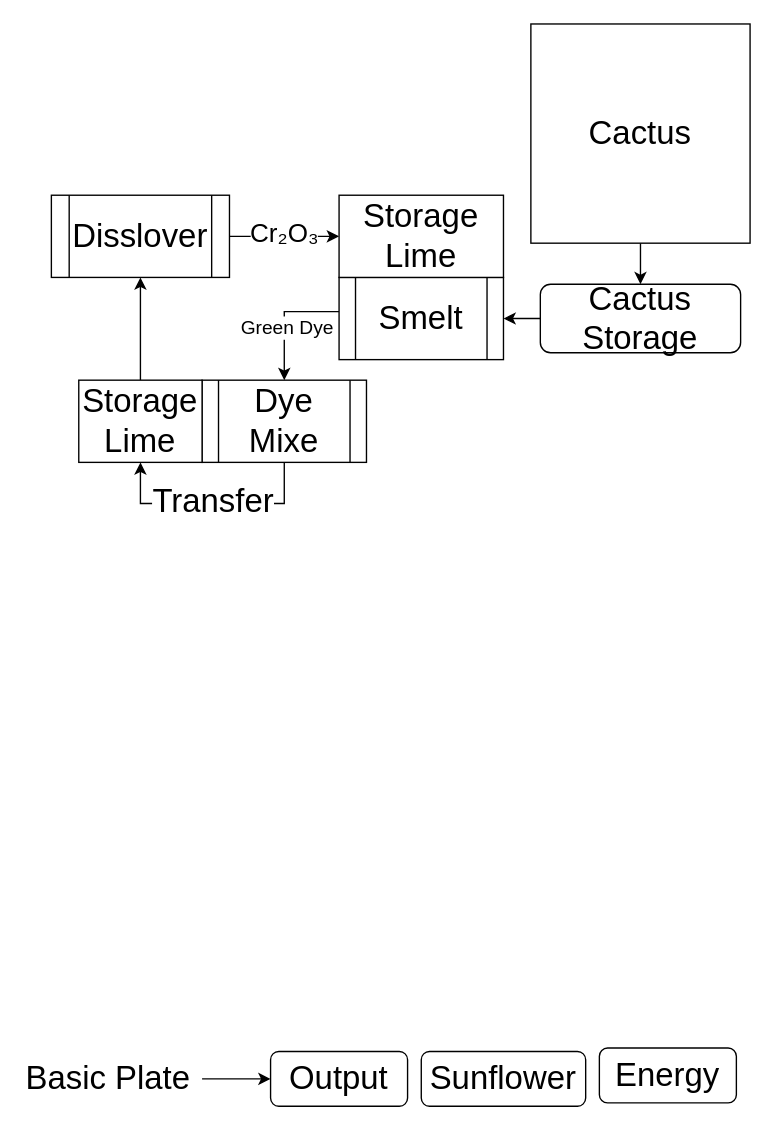
Earlier version of the draw.io diagram AutoBPlate.drawio (jak7b/modpackThings). Source tidied: cells renumbered, new cells numbered last; positions are measured from the earlier drawing's top-left corner, leaving out a move shared by most shapes. Both pictures are drawn from the tidied source at 137%, with x=0, y=0 at pixel (23, 23).
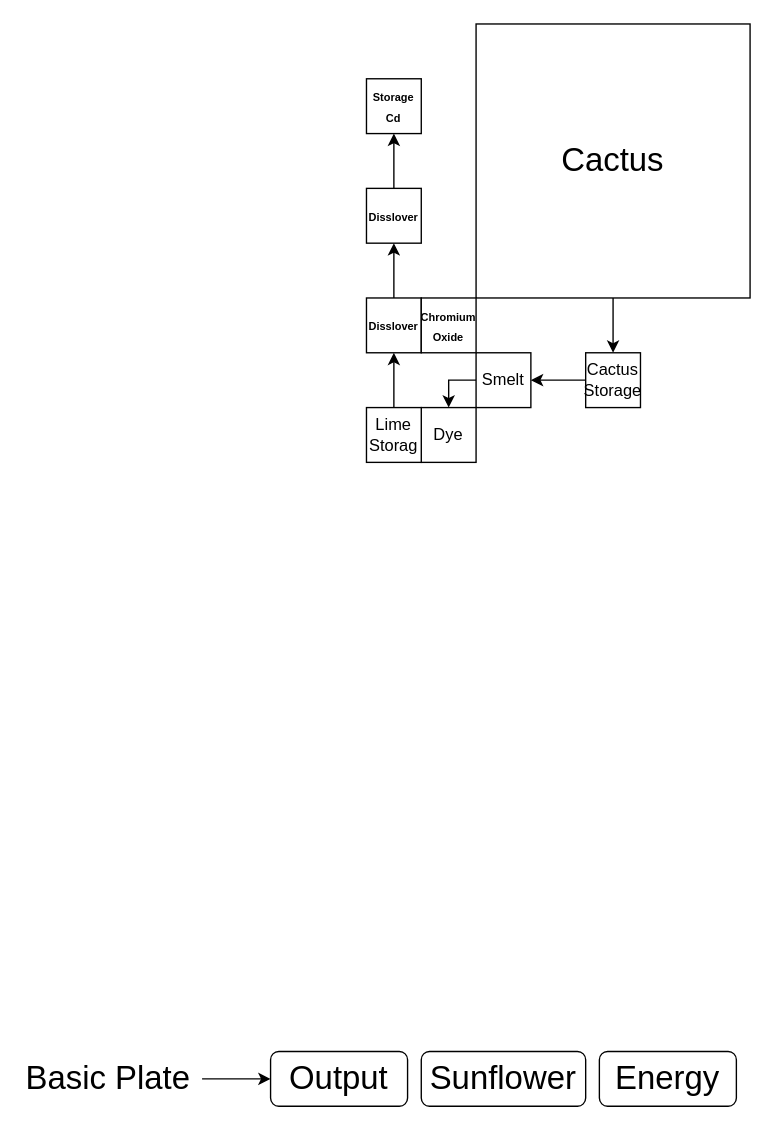
After the change.

The edit, as a diff of the source:
```diff
@@
     <mxCell id="2" value="&lt;font style=&quot;font-size: 24px;&quot;&gt;Energy&lt;/font&gt;" style="rounded=1;whiteSpace=wrap;html=1;strokeWidth=1;" parent="1" vertex="1">
-      <mxGeometry x="420" y="747.5" width="100" height="40" as="geometry" />
+      <mxGeometry x="420" y="750" width="100" height="40" as="geometry" />
     </mxCell>
@@
     <mxCell id="8" value="&lt;font style=&quot;font-size: 24px;&quot;&gt;Cactus&lt;/font&gt;" style="whiteSpace=wrap;html=1;" parent="1" vertex="1">
-      <mxGeometry x="370" width="160" height="160" as="geometry" />
+      <mxGeometry x="330" width="200" height="200" as="geometry" />
     </mxCell>
@@
-    <mxCell id="10" value="&lt;font style=&quot;font-size: 24px;&quot;&gt;Cactus Storage&lt;/font&gt;" style="rounded=1;whiteSpace=wrap;html=1;" parent="1" vertex="1">
-      <mxGeometry x="376.9" y="190" width="146.2" height="50" as="geometry" />
+    <mxCell id="10" value="Cactus Storage" style="whiteSpace=wrap;html=1;" parent="1" vertex="1">
+      <mxGeometry x="410" y="240" width="40" height="40" as="geometry" />
     </mxCell>
-    <mxCell id="11" style="edgeStyle=orthogonalEdgeStyle;rounded=0;jettySize=auto;html=1;entryX=0.5;entryY=0;entryDx=0;entryDy=0;" parent="1" edge="1" source="13" target="16">
-      <mxGeometry relative="1" as="geometry">
-        <Array as="points">
-          <mxPoint x="190" y="210" />
-        </Array>
-      </mxGeometry>
-    </mxCell>
-    <mxCell id="12" value="&lt;font style=&quot;font-size: 14px;&quot;&gt;Green Dye&lt;/font&gt;" style="edgeLabel;html=1;align=center;verticalAlign=middle;" parent="11" vertex="1">
-      <mxGeometry x="0.14" y="1" relative="1" as="geometry" />
-    </mxCell>
+    <mxCell id="23" style="edgeStyle=orthogonalEdgeStyle;rounded=0;jettySize=auto;html=1;entryX=0.5;entryY=0;entryDx=0;entryDy=0;" parent="1" edge="1" source="13" target="24">
+      <mxGeometry relative="1" as="geometry">
+        <Array as="points">
+          <mxPoint x="310" y="260" />
+        </Array>
+      </mxGeometry>
+    </mxCell>
-    <mxCell id="13" value="&lt;font style=&quot;font-size: 24px;&quot;&gt;Smelt&lt;/font&gt;" style="shape=process;whiteSpace=wrap;html=1;backgroundOutline=1;" parent="1" vertex="1">
-      <mxGeometry x="230" y="185" width="120" height="60" as="geometry" />
+    <mxCell id="13" value="Smelt" style="whiteSpace=wrap;html=1;" parent="1" vertex="1">
+      <mxGeometry x="330" y="240" width="40" height="40" as="geometry" />
     </mxCell>
-    <mxCell id="14" style="edgeStyle=orthogonalEdgeStyle;rounded=0;jettySize=auto;html=1;entryX=0.5;entryY=1;entryDx=0;entryDy=0;" parent="1" edge="1" source="16" target="18">
-      <mxGeometry relative="1" as="geometry">
-        <Array as="points">
-          <mxPoint x="190" y="350" />
-          <mxPoint x="85" y="350" />
-        </Array>
-      </mxGeometry>
-    </mxCell>
-    <mxCell id="15" value="&lt;span style=&quot;font-size: 24px;&quot;&gt;Transfer&lt;br&gt;&lt;/span&gt;" style="edgeLabel;html=1;align=center;verticalAlign=middle;" parent="14" vertex="1">
-      <mxGeometry x="0.01" y="-2" relative="1" as="geometry" />
-    </mxCell>
-    <mxCell id="16" value="&lt;font style=&quot;font-size: 24px;&quot;&gt;Dye Mixe&lt;/font&gt;" style="shape=process;whiteSpace=wrap;html=1;backgroundOutline=1;" parent="1" vertex="1">
-      <mxGeometry x="130" y="260" width="120" height="60" as="geometry" />
-    </mxCell>
-    <mxCell id="17" style="edgeStyle=orthogonalEdgeStyle;rounded=0;jettySize=auto;html=1;entryX=0.5;entryY=1;entryDx=0;entryDy=0;" parent="1" edge="1" source="18" target="21">
-      <mxGeometry relative="1" as="geometry" />
-    </mxCell>
-    <mxCell id="18" value="&lt;font style=&quot;font-size: 24px;&quot;&gt;Storage Lime&lt;/font&gt;" style="rounded=0;whiteSpace=wrap;html=1;" parent="1" vertex="1">
-      <mxGeometry x="40" y="260" width="90" height="60" as="geometry" />
-    </mxCell>
-    <mxCell id="19" style="edgeStyle=orthogonalEdgeStyle;rounded=0;jettySize=auto;html=1;entryX=0;entryY=0.5;entryDx=0;entryDy=0;" parent="1" edge="1" source="21" target="22">
-      <mxGeometry relative="1" as="geometry" />
-    </mxCell>
-    <mxCell id="20" value="&lt;font style=&quot;font-size: 19px;&quot;&gt; Cr₂O₃&lt;/font&gt;" style="edgeLabel;html=1;align=center;verticalAlign=middle;" parent="19" vertex="1">
-      <mxGeometry x="-0.03" y="2" relative="1" as="geometry" />
-    </mxCell>
-    <mxCell id="21" value="&lt;span style=&quot;font-size: 24px;&quot;&gt;Disslover&lt;br&gt;&lt;/span&gt;" style="shape=process;whiteSpace=wrap;html=1;backgroundOutline=1;" parent="1" vertex="1">
-      <mxGeometry x="20" y="125" width="130" height="60" as="geometry" />
-    </mxCell>
-    <mxCell id="22" value="&lt;font style=&quot;font-size: 24px;&quot;&gt;Storage Lime&lt;/font&gt;" style="rounded=0;whiteSpace=wrap;html=1;" parent="1" vertex="1">
-      <mxGeometry x="230" y="125" width="120" height="60" as="geometry" />
-    </mxCell>
+    <mxCell id="24" value="Dye" style="whiteSpace=wrap;html=1;" parent="1" vertex="1">
+      <mxGeometry x="290" y="280" width="40" height="40" as="geometry" />
+    </mxCell>
+    <mxCell id="25" style="edgeStyle=orthogonalEdgeStyle;rounded=0;jettySize=auto;html=1;entryX=0.5;entryY=1;entryDx=0;entryDy=0;" parent="1" edge="1" source="26" target="28">
+      <mxGeometry relative="1" as="geometry" />
+    </mxCell>
+    <mxCell id="26" value="Lime Storag" style="whiteSpace=wrap;html=1;" parent="1" vertex="1">
+      <mxGeometry x="250" y="280" width="40" height="40" as="geometry" />
+    </mxCell>
+    <mxCell id="27" style="edgeStyle=orthogonalEdgeStyle;rounded=0;jettySize=auto;html=1;entryX=0.5;entryY=1;entryDx=0;entryDy=0;" parent="1" edge="1" source="28" target="30">
+      <mxGeometry relative="1" as="geometry" />
+    </mxCell>
+    <mxCell id="28" value="&lt;font style=&quot;font-size: 8px;&quot;&gt;&lt;b&gt;Disslover&lt;/b&gt;&lt;/font&gt;" style="whiteSpace=wrap;html=1;" parent="1" vertex="1">
+      <mxGeometry x="250" y="200" width="40" height="40" as="geometry" />
+    </mxCell>
+    <mxCell id="29" style="edgeStyle=orthogonalEdgeStyle;rounded=0;jettySize=auto;html=1;entryX=0.5;entryY=1;entryDx=0;entryDy=0;" parent="1" edge="1" source="30" target="31">
+      <mxGeometry relative="1" as="geometry" />
+    </mxCell>
+    <mxCell id="30" value="&lt;font style=&quot;font-size: 8px;&quot;&gt;&lt;b&gt;Disslover&lt;/b&gt;&lt;/font&gt;" style="whiteSpace=wrap;html=1;" parent="1" vertex="1">
+      <mxGeometry x="250" y="120" width="40" height="40" as="geometry" />
+    </mxCell>
+    <mxCell id="31" value="&lt;font style=&quot;font-size: 8px;&quot;&gt;&lt;b&gt;Storage Cd&lt;br&gt;&lt;/b&gt;&lt;/font&gt;" style="whiteSpace=wrap;html=1;" parent="1" vertex="1">
+      <mxGeometry x="250" y="40" width="40" height="40" as="geometry" />
+    </mxCell>
+    <mxCell id="32" value="&lt;span style=&quot;font-size: 8px;&quot;&gt;&lt;b&gt;Chromium Oxide&lt;/b&gt;&lt;/span&gt;" style="whiteSpace=wrap;html=1;" parent="1" vertex="1">
+      <mxGeometry x="290" y="200" width="40" height="40" as="geometry" />
+    </mxCell>
```
